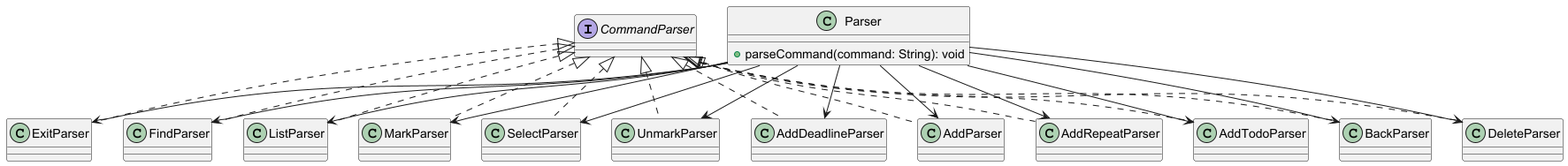
The PlantUML diagram docs/images/ParserClass.png in nus-cs2113-AY2425S1/tp, before a commit.
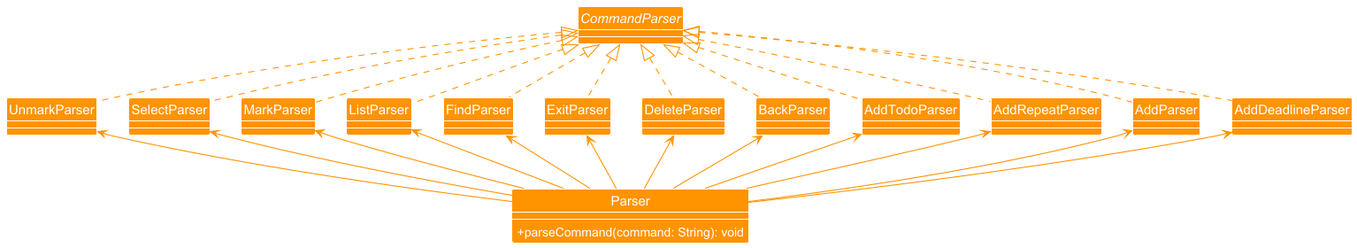
After the commit.

Commit message:
Save images of the edited class and sequence diagrams

Change to the diagram source:
```diff
@@ -1,4 +1,8 @@
 @startuml
+!include style.puml
+skinparam arrowThickness 1.1
+skinparam arrowColor PARSER_COLOR
+skinparam classBackgroundColor PARSER_COLOR
 
 interface CommandParser {
 }
@@ -43,17 +47,17 @@
     +parseCommand(command: String): void
 }
 
-Parser --> AddDeadlineParser
-Parser --> AddParser
-Parser --> AddRepeatParser
-Parser --> AddTodoParser
-Parser --> BackParser
-Parser --> DeleteParser
-Parser --> ExitParser
-Parser --> FindParser
-Parser --> ListParser
-Parser --> MarkParser
-Parser --> SelectParser
-Parser --> UnmarkParser
+Parser -up-> AddDeadlineParser
+Parser -up-> AddParser
+Parser -up-> AddRepeatParser
+Parser -up-> AddTodoParser
+Parser -up-> BackParser
+Parser -up-> DeleteParser
+Parser -up-> ExitParser
+Parser -up-> FindParser
+Parser -up-> ListParser
+Parser -up-> MarkParser
+Parser -up-> SelectParser
+Parser -up-> UnmarkParser
 
 @enduml
```
